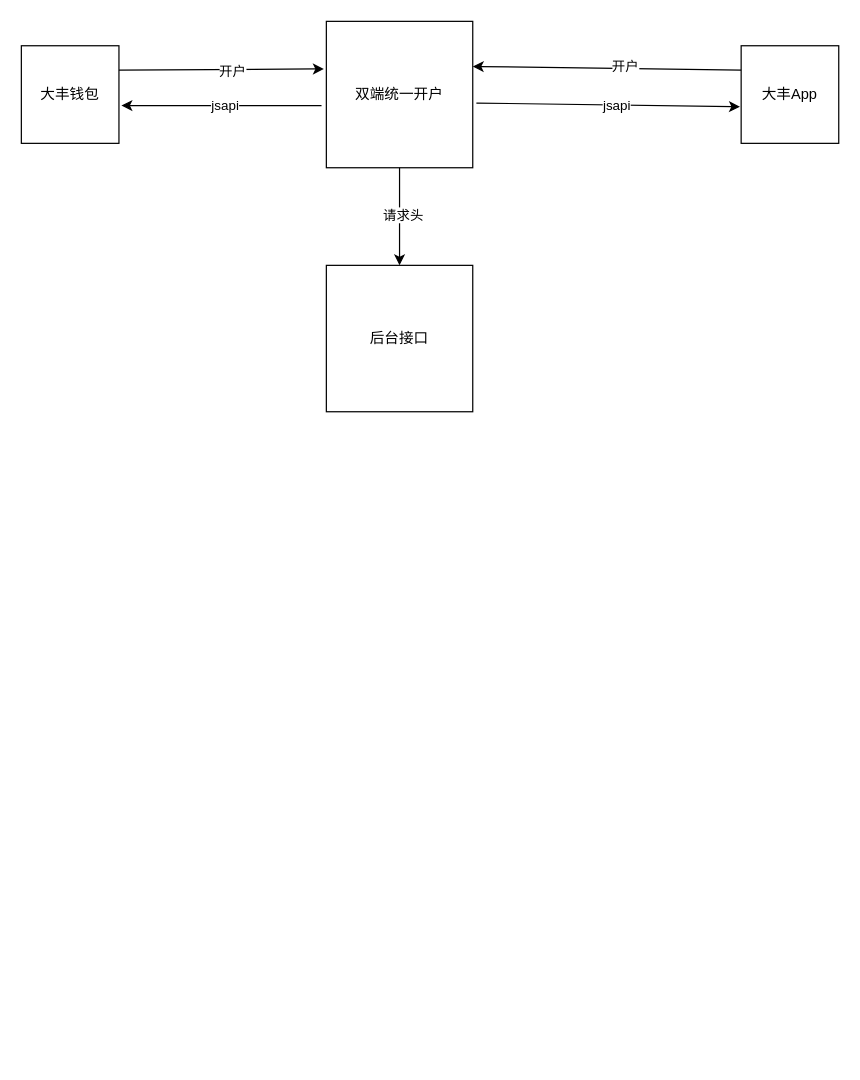
This is 未命名绘图.drawio from ios2014/ios--, a draw.io file, before an edit. Source tidied: cells renumbered, new cells numbered last; positions are measured from the earlier drawing's top-left corner, leaving out a move shared by most shapes. Both pictures are drawn from the tidied source at 122%, with x=0, y=0 at pixel (21, 21).
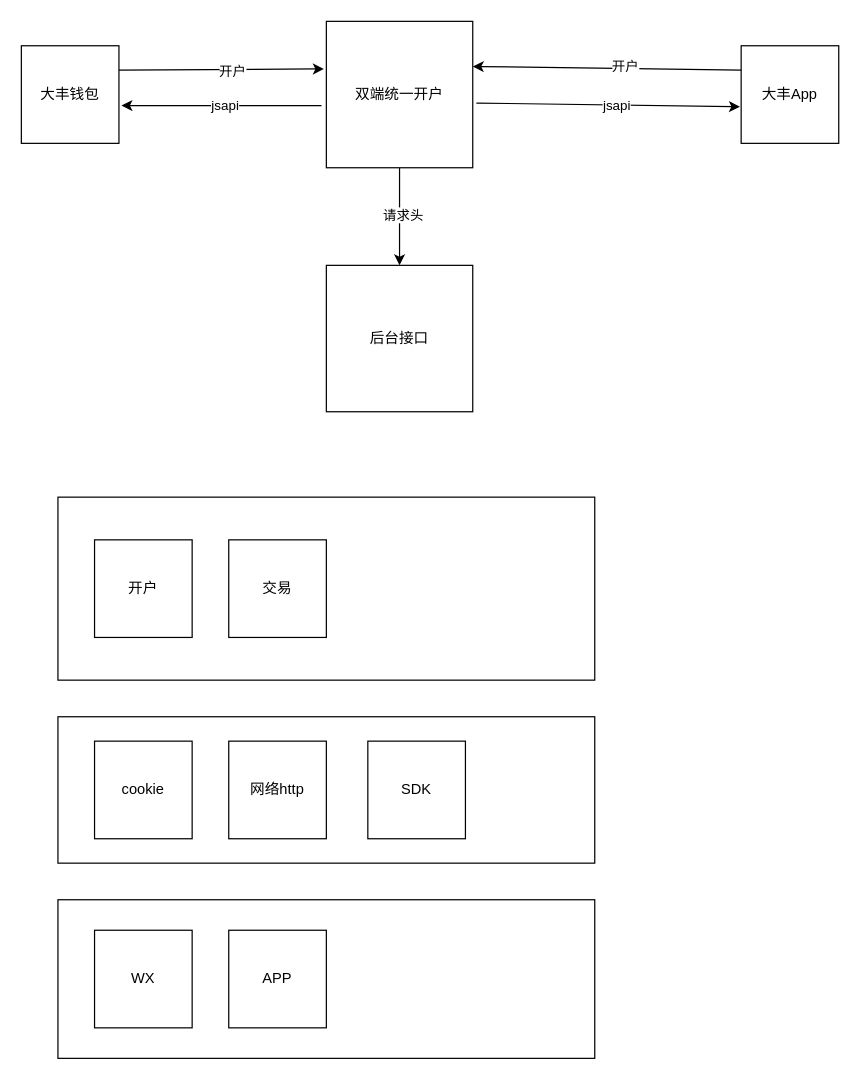
After the change.

Diff of the diagram source:
```diff
@@
+    <mxCell id="16" style="rounded=0;whiteSpace=wrap;html=1;" parent="1" vertex="1">
+      <mxGeometry x="30" y="570" width="440" height="120" as="geometry" />
+    </mxCell>
+    <mxCell id="17" style="rounded=0;whiteSpace=wrap;html=1;" parent="1" vertex="1">
+      <mxGeometry x="30" y="390" width="440" height="150" as="geometry" />
+    </mxCell>
+    <mxCell id="18" style="rounded=0;whiteSpace=wrap;html=1;" parent="1" vertex="1">
+      <mxGeometry x="30" y="720" width="440" height="130" as="geometry" />
+    </mxCell>
+    <mxCell id="19" value="WX" style="whiteSpace=wrap;html=1;" parent="1" vertex="1">
+      <mxGeometry x="60" y="745" width="80" height="80" as="geometry" />
+    </mxCell>
+    <mxCell id="20" value="APP" style="whiteSpace=wrap;html=1;" parent="1" vertex="1">
+      <mxGeometry x="170" y="745" width="80" height="80" as="geometry" />
+    </mxCell>
+    <mxCell id="21" value="cookie" style="whiteSpace=wrap;html=1;" parent="1" vertex="1">
+      <mxGeometry x="60" y="590" width="80" height="80" as="geometry" />
+    </mxCell>
+    <mxCell id="22" value="网络http" style="whiteSpace=wrap;html=1;" parent="1" vertex="1">
+      <mxGeometry x="170" y="590" width="80" height="80" as="geometry" />
+    </mxCell>
+    <mxCell id="23" value="SDK" style="whiteSpace=wrap;html=1;" parent="1" vertex="1">
+      <mxGeometry x="284" y="590" width="80" height="80" as="geometry" />
+    </mxCell>
+    <mxCell id="24" value="开户" style="whiteSpace=wrap;html=1;" parent="1" vertex="1">
+      <mxGeometry x="60" y="425" width="80" height="80" as="geometry" />
+    </mxCell>
+    <mxCell id="25" value="交易" style="whiteSpace=wrap;html=1;" parent="1" vertex="1">
+      <mxGeometry x="170" y="425" width="80" height="80" as="geometry" />
+    </mxCell>
```
